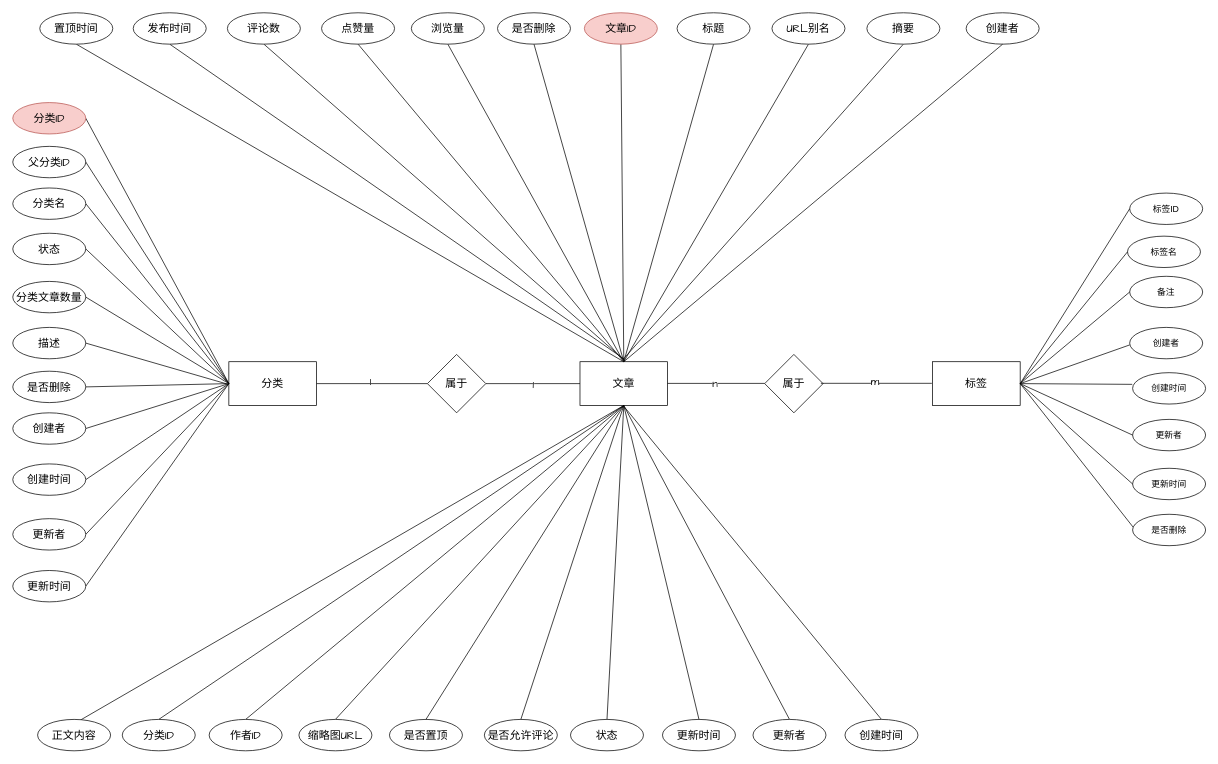
Above: graph/分类ER.drawio in zhangbird050801/bird-blog (draw.io), before the change. Source tidied: cells renumbered, new cells numbered last; positions are measured from the earlier drawing's top-left corner, leaving out a move shared by most shapes. Both pictures are drawn from the tidied source at 73%, with x=0, y=0 at pixel (12, 12).
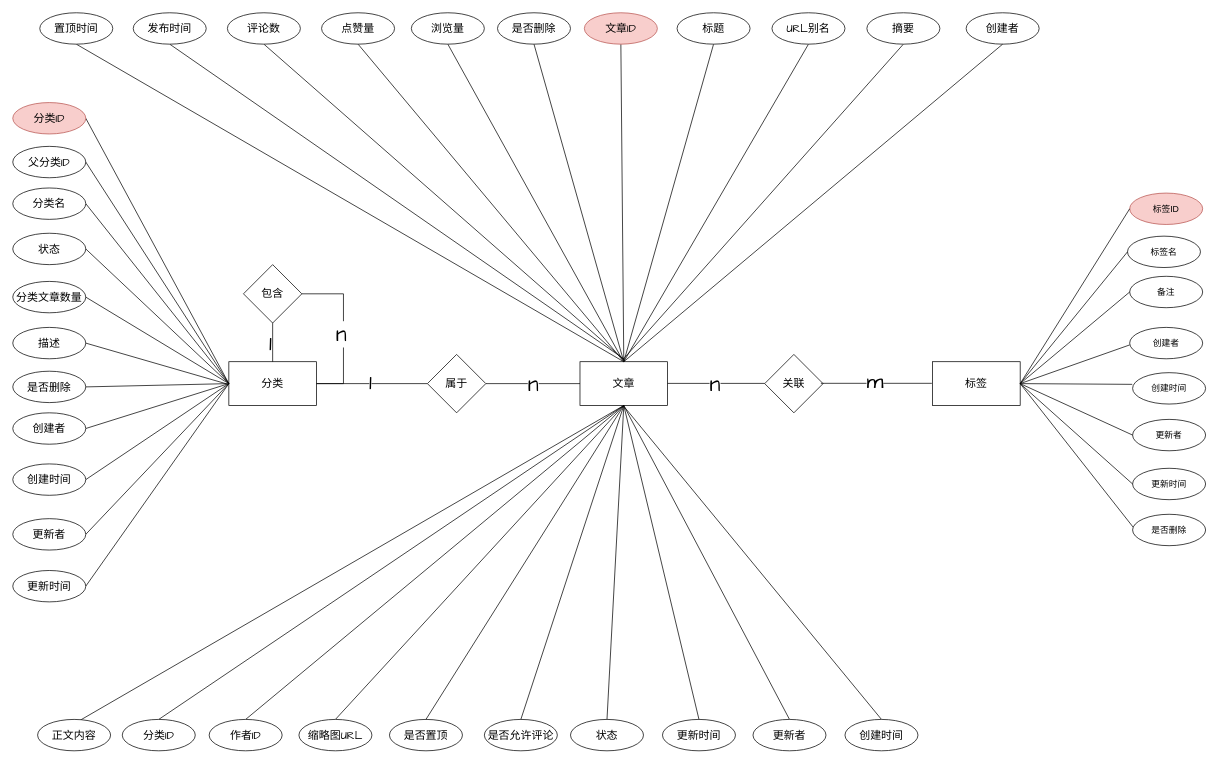
The same diagram, later.

Unchanged cells that the change refers to:
```xml
<mxCell id="2" style="edgeStyle=orthogonalEdgeStyle;rounded=0;jettySize=auto;html=1;exitX=1;exitY=0.5;exitDx=0;exitDy=0;entryX=0;entryY=0.5;entryDx=0;entryDy=0;endArrow=none;endFill=0;fontSize=15;fontFamily=Comic Sans MS;" parent="1" edge="1" source="4" target="29">
  <mxGeometry relative="1" as="geometry" />
</mxCell>
<mxCell id="4" value="分类" style="rounded=0;whiteSpace=wrap;html=1;fontSize=15;fontFamily=Comic Sans MS;" parent="1" vertex="1">
  <mxGeometry x="296" y="478" width="120" height="60" as="geometry" />
</mxCell>
<mxCell id="27" style="edgeStyle=orthogonalEdgeStyle;rounded=0;jettySize=auto;html=1;exitX=1;exitY=0.5;exitDx=0;exitDy=0;endArrow=none;endFill=0;fontSize=15;fontFamily=Comic Sans MS;" parent="1" edge="1" source="29">
  <mxGeometry relative="1" as="geometry">
    <mxPoint x="781" y="508" as="targetPoint" />
  </mxGeometry>
</mxCell>
<mxCell id="69" style="edgeStyle=orthogonalEdgeStyle;rounded=0;orthogonalLoop=1;jettySize=auto;html=1;exitX=1;exitY=0.5;exitDx=0;exitDy=0;endArrow=none;endFill=0;fontSize=15;fontFamily=Comic Sans MS;" parent="1" edge="1">
  <mxGeometry relative="1" as="geometry">
    <mxPoint x="897" y="507.7" as="sourcePoint" />
    <mxPoint x="1030" y="507.7" as="targetPoint" />
  </mxGeometry>
</mxCell>
<mxCell id="73" style="edgeStyle=orthogonalEdgeStyle;rounded=0;orthogonalLoop=1;jettySize=auto;html=1;exitX=1;exitY=0.5;exitDx=0;exitDy=0;entryX=0;entryY=0.5;entryDx=0;entryDy=0;endArrow=none;endFill=0;fontSize=15;fontFamily=Comic Sans MS;" parent="1" edge="1">
  <mxGeometry relative="1" as="geometry">
    <mxPoint x="1107" y="507.6" as="sourcePoint" />
    <mxPoint x="1259" y="507.6" as="targetPoint" />
  </mxGeometry>
</mxCell>
```

Change to the diagram source:
```diff
@@
-    <mxCell id="3" value="1" style="edgeLabel;html=1;align=center;verticalAlign=middle;fontSize=15;fontFamily=Comic Sans MS;" parent="2" vertex="1">
+    <mxCell id="3" value="1" style="edgeLabel;html=1;align=center;verticalAlign=middle;fontSize=30;fontFamily=Comic Sans MS;fontColor=#000000;labelBackgroundColor=default;fillColor=none;gradientColor=none;" parent="2" vertex="1">
       <mxGeometry x="-0.02" y="3" relative="1" as="geometry">
         <mxPoint x="-1" as="offset" />
       </mxGeometry>
     </mxCell>
@@
-    <mxCell id="28" value="1" style="edgeLabel;html=1;align=center;verticalAlign=middle;fontSize=15;fontFamily=Comic Sans MS;" parent="27" vertex="1">
+    <mxCell id="28" value="n" style="edgeLabel;html=1;align=center;verticalAlign=middle;fontSize=30;fontFamily=Comic Sans MS;fontColor=#000000;labelBackgroundColor=default;fillColor=none;gradientColor=none;" parent="27" vertex="1">
       <mxGeometry x="-0.04" relative="1" as="geometry" />
     </mxCell>
@@
-    <mxCell id="70" value="n" style="edgeLabel;html=1;align=center;verticalAlign=middle;fontSize=15;fontFamily=Comic Sans MS;" parent="69" vertex="1">
+    <mxCell id="70" value="n" style="edgeLabel;html=1;align=center;verticalAlign=middle;fontSize=30;fontFamily=Comic Sans MS;fontColor=#000000;labelBackgroundColor=default;fillColor=none;gradientColor=none;" parent="69" vertex="1">
       <mxGeometry x="-0.04" relative="1" as="geometry" />
     </mxCell>
-    <mxCell id="71" value="属于" style="rhombus;whiteSpace=wrap;html=1;fontSize=15;fontFamily=Comic Sans MS;" parent="1" vertex="1">
+    <mxCell id="71" value="关联" style="rhombus;whiteSpace=wrap;html=1;fontSize=15;fontFamily=Comic Sans MS;" parent="1" vertex="1">
       <mxGeometry x="1030" y="468" width="80" height="80" as="geometry" />
     </mxCell>
@@
-    <mxCell id="74" value="m" style="edgeLabel;html=1;align=center;verticalAlign=middle;fontSize=15;fontFamily=Comic Sans MS;" parent="73" vertex="1">
+    <mxCell id="74" value="m" style="edgeLabel;html=1;align=center;verticalAlign=middle;fontSize=30;fontFamily=Comic Sans MS;fontColor=#000000;" parent="73" vertex="1">
       <mxGeometry x="-0.02" y="3" relative="1" as="geometry">
         <mxPoint x="-1" as="offset" />
       </mxGeometry>
     </mxCell>
-    <mxCell id="75" value="标签ID" style="ellipse;whiteSpace=wrap;html=1;" parent="1" vertex="1">
+    <mxCell id="75" value="标签ID" style="ellipse;whiteSpace=wrap;html=1;fillColor=#f8cecc;strokeColor=#b85450;" parent="1" vertex="1">
       <mxGeometry x="1530" y="247" width="100" height="43" as="geometry" />
     </mxCell>
@@
+    <mxCell id="95" value="包含" style="rhombus;whiteSpace=wrap;html=1;fontSize=15;fontFamily=Comic Sans MS;" parent="1" vertex="1">
+      <mxGeometry x="316" y="345" width="80" height="80" as="geometry" />
+    </mxCell>
+    <mxCell id="96" style="edgeStyle=orthogonalEdgeStyle;rounded=0;jettySize=auto;html=1;exitX=0.5;exitY=0;exitDx=0;exitDy=0;entryX=0.5;entryY=1;entryDx=0;entryDy=0;endArrow=none;endFill=0;fontSize=15;fontFamily=Comic Sans MS;" parent="1" edge="1" source="4" target="95">
+      <mxGeometry relative="1" as="geometry" />
+    </mxCell>
+    <mxCell id="97" value="1" style="edgeLabel;html=1;align=center;verticalAlign=middle;fontSize=30;fontFamily=Comic Sans MS;fontColor=#000000;labelBackgroundColor=default;fillColor=none;gradientColor=none;" parent="96" vertex="1">
+      <mxGeometry x="-0.02" y="3" relative="1" as="geometry">
+        <mxPoint x="-1" as="offset" />
+      </mxGeometry>
+    </mxCell>
+    <mxCell id="98" style="edgeStyle=orthogonalEdgeStyle;rounded=0;jettySize=auto;html=1;entryX=1;entryY=0.5;entryDx=0;entryDy=0;endArrow=none;endFill=0;fontSize=15;fontFamily=Comic Sans MS;exitX=1;exitY=0.5;exitDx=0;exitDy=0;" parent="1" edge="1" source="4" target="95">
+      <mxGeometry relative="1" as="geometry">
+        <Array as="points">
+          <mxPoint x="453" y="508" />
+          <mxPoint x="453" y="385" />
+        </Array>
+      </mxGeometry>
+    </mxCell>
+    <mxCell id="99" value="n" style="edgeLabel;html=1;align=center;verticalAlign=middle;fontSize=30;fontFamily=Comic Sans MS;fontColor=#000000;labelBackgroundColor=default;fillColor=none;gradientColor=none;" parent="98" vertex="1">
+      <mxGeometry x="-0.02" y="3" relative="1" as="geometry">
+        <mxPoint x="-1" as="offset" />
+      </mxGeometry>
+    </mxCell>
```
